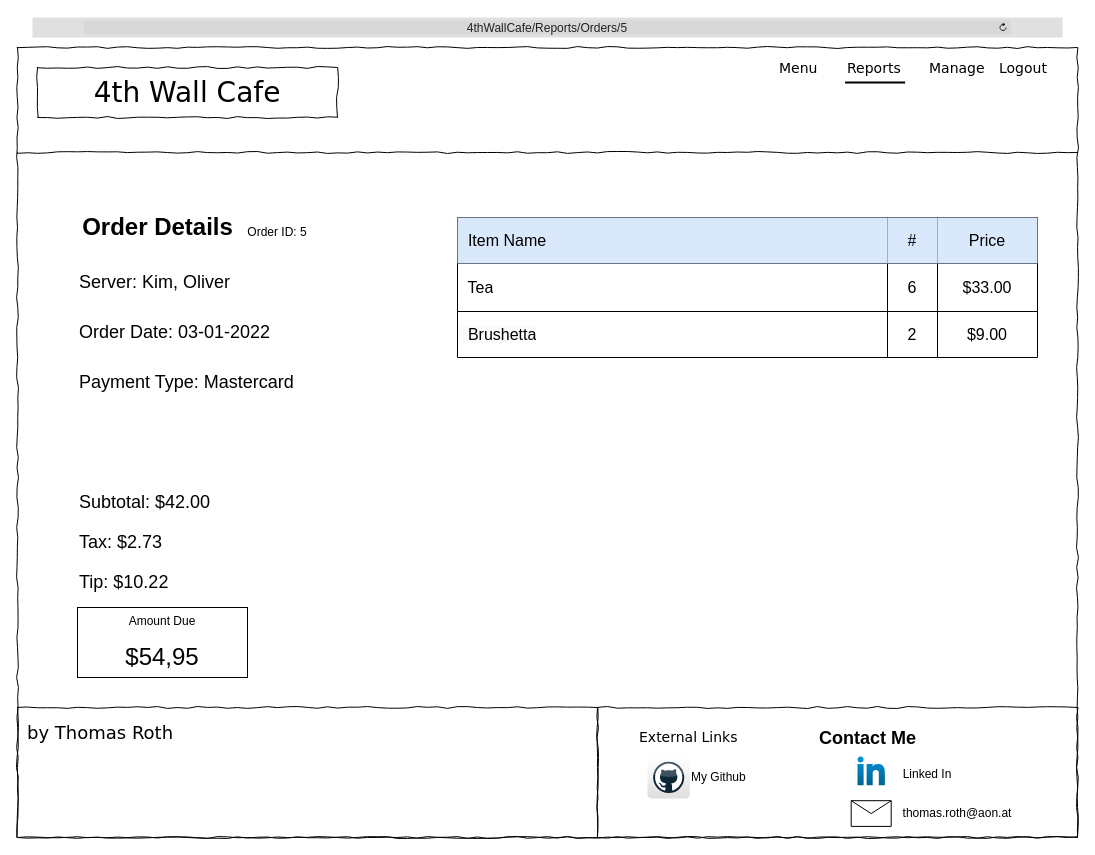
This is WF_Reports_OrderDetails.drawio from TRed91/4thWallCafe, a draw.io file, before an edit. Source tidied: cells renumbered, new cells numbered last; positions are measured from the earlier drawing's top-left corner, leaving out a move shared by most shapes. Both pictures are drawn from the tidied source at 100%, with x=0, y=0 at pixel (17, 17).
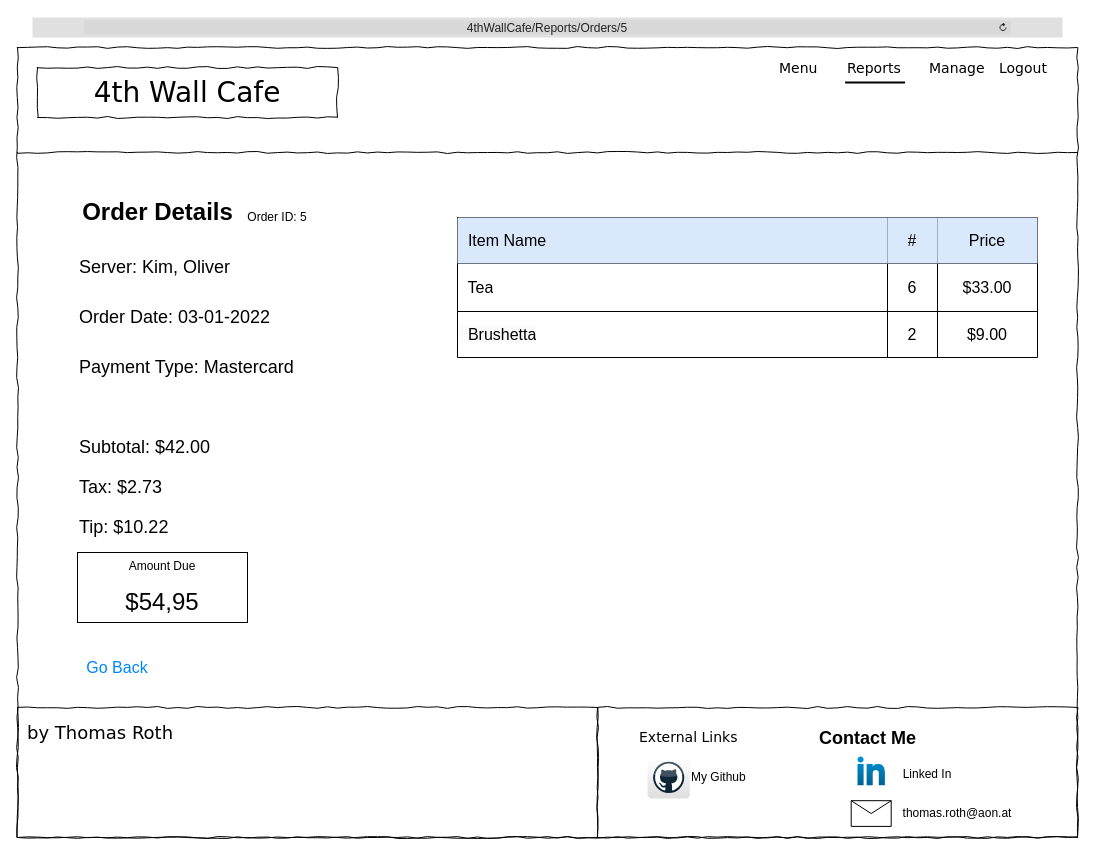
The same diagram, later.

The edit, as a diff of the source:
```diff
@@
     <mxCell id="20" value="Amount Due&lt;div&gt;&lt;br&gt;&lt;/div&gt;&lt;div&gt;&lt;font style=&quot;font-size: 24px;&quot;&gt;$54,95&lt;/font&gt;&lt;/div&gt;" style="rounded=0;whiteSpace=wrap;html=1;" parent="1" vertex="1">
-      <mxGeometry x="60" y="590" width="170" height="70" as="geometry" />
+      <mxGeometry x="60" y="535" width="170" height="70" as="geometry" />
     </mxCell>
@@
     <mxCell id="22" value="Order Details" style="text;strokeColor=none;fillColor=none;html=1;fontSize=24;fontStyle=1;verticalAlign=middle;align=center;" parent="1" vertex="1">
-      <mxGeometry x="90" y="190" width="100" height="40" as="geometry" />
+      <mxGeometry x="90" y="175" width="100" height="40" as="geometry" />
     </mxCell>
     <mxCell id="23" value="Order ID: 5" style="text;html=1;align=center;verticalAlign=middle;whiteSpace=wrap;rounded=0;" parent="1" vertex="1">
-      <mxGeometry x="220" y="200" width="80" height="30" as="geometry" />
+      <mxGeometry x="220" y="185" width="80" height="30" as="geometry" />
     </mxCell>
     <mxCell id="24" value="&lt;font style=&quot;font-size: 18px;&quot;&gt;Server: Kim, Oliver&lt;/font&gt;" style="text;html=1;align=left;verticalAlign=middle;whiteSpace=wrap;rounded=0;" parent="1" vertex="1">
-      <mxGeometry x="60" y="250" width="230" height="30" as="geometry" />
+      <mxGeometry x="60" y="235" width="230" height="30" as="geometry" />
     </mxCell>
     <mxCell id="25" value="&lt;font style=&quot;font-size: 18px;&quot;&gt;Order Date: 03-01-2022&lt;/font&gt;" style="text;html=1;align=left;verticalAlign=middle;whiteSpace=wrap;rounded=0;" parent="1" vertex="1">
-      <mxGeometry x="60" y="300" width="230" height="30" as="geometry" />
+      <mxGeometry x="60" y="285" width="230" height="30" as="geometry" />
     </mxCell>
     <mxCell id="26" value="&lt;font style=&quot;font-size: 18px;&quot;&gt;Payment Type: Mastercard&lt;/font&gt;" style="text;html=1;align=left;verticalAlign=middle;whiteSpace=wrap;rounded=0;" parent="1" vertex="1">
-      <mxGeometry x="60" y="350" width="230" height="30" as="geometry" />
+      <mxGeometry x="60" y="335" width="230" height="30" as="geometry" />
     </mxCell>
     <mxCell id="27" value="&lt;font style=&quot;font-size: 18px;&quot;&gt;Subtotal: $42.00&lt;/font&gt;" style="text;html=1;align=left;verticalAlign=middle;whiteSpace=wrap;rounded=0;" parent="1" vertex="1">
-      <mxGeometry x="60" y="470" width="230" height="30" as="geometry" />
+      <mxGeometry x="60" y="415" width="230" height="30" as="geometry" />
     </mxCell>
     <mxCell id="28" value="&lt;font style=&quot;font-size: 18px;&quot;&gt;Tax: $2.73&lt;/font&gt;" style="text;html=1;align=left;verticalAlign=middle;whiteSpace=wrap;rounded=0;" parent="1" vertex="1">
-      <mxGeometry x="60" y="510" width="230" height="30" as="geometry" />
+      <mxGeometry x="60" y="455" width="230" height="30" as="geometry" />
     </mxCell>
     <mxCell id="29" value="&lt;font style=&quot;font-size: 18px;&quot;&gt;Tip: $10.22&lt;/font&gt;" style="text;html=1;align=left;verticalAlign=middle;whiteSpace=wrap;rounded=0;" parent="1" vertex="1">
-      <mxGeometry x="60" y="550" width="230" height="30" as="geometry" />
+      <mxGeometry x="60" y="495" width="230" height="30" as="geometry" />
     </mxCell>
@@
+    <mxCell id="43" value="Go Back" style="html=1;shadow=0;dashed=0;shape=mxgraph.bootstrap.rrect;rSize=5;strokeColor=none;strokeWidth=1;fillColor=none;fontColor=#0085FC;whiteSpace=wrap;align=center;verticalAlign=middle;spacingLeft=0;fontStyle=0;fontSize=16;spacing=5;" parent="1" vertex="1">
+      <mxGeometry x="50" y="630" width="100" height="40" as="geometry" />
+    </mxCell>
```
